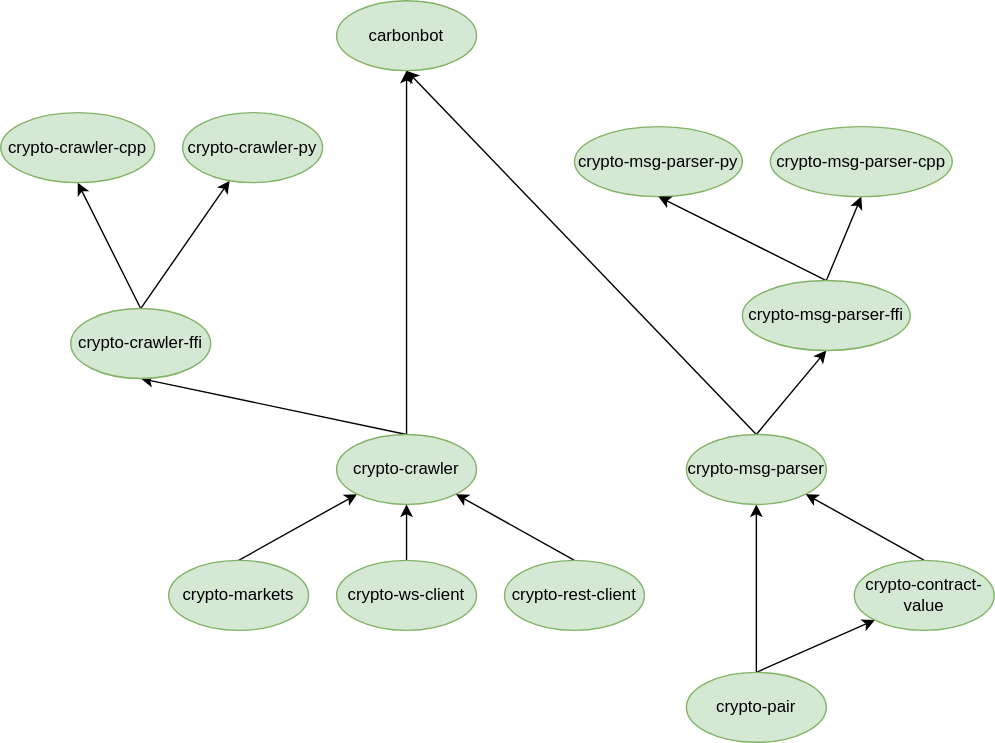
Earlier version of the draw.io export dependency-tree.svg (crypto-crawler/crypto-crawler-rs). Source tidied: cells renumbered, new cells last; positions are measured from the earlier drawing's top-left corner, leaving out a move shared by most shapes.
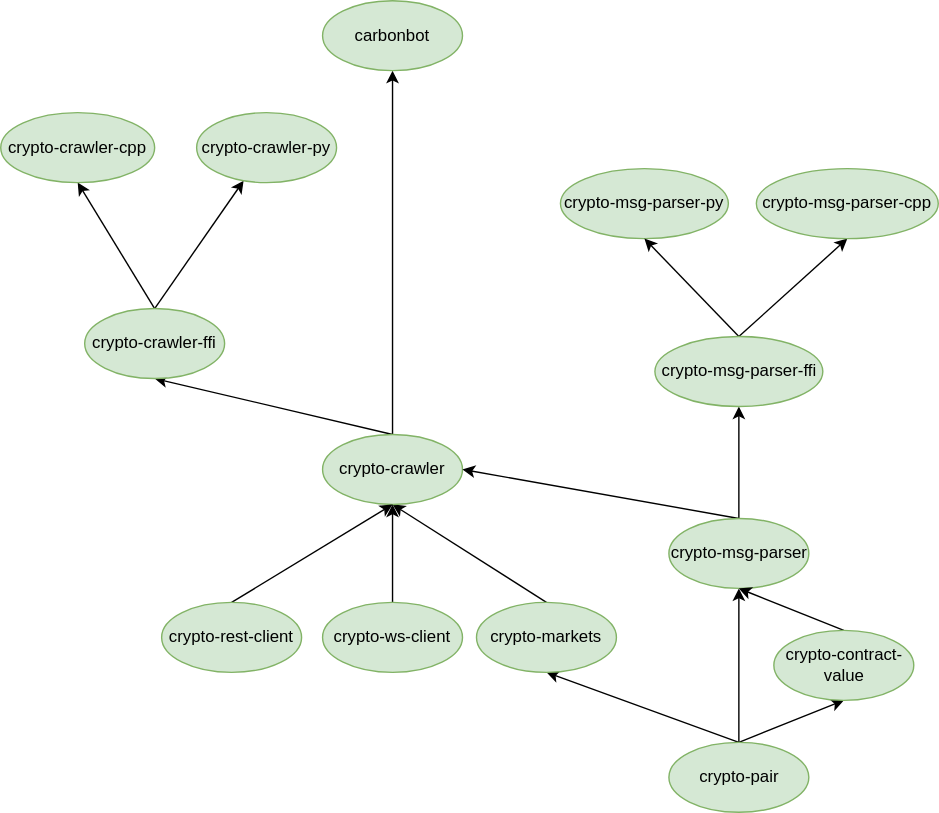
The same diagram one commit later.

Change to the diagram source:
```diff
@@ -2,89 +2,92 @@
   <root>
     <mxCell id="0" />
     <mxCell id="1" parent="0" />
-    <mxCell id="2" style="rounded=0;jettySize=auto;html=1;entryX=0.5;entryY=1;entryDx=0;entryDy=0;exitX=0.5;exitY=0;exitDx=0;exitDy=0;" parent="1" edge="1" source="4" target="18">
+    <mxCell id="2" style="rounded=0;jettySize=auto;html=1;entryX=0.5;entryY=1;entryDx=0;entryDy=0;exitX=0.5;exitY=0;exitDx=0;exitDy=0;" parent="1" edge="1" source="5" target="19">
       <mxGeometry relative="1" as="geometry" />
     </mxCell>
-    <mxCell id="3" style="rounded=0;jettySize=auto;html=1;exitX=0.5;exitY=0;exitDx=0;exitDy=0;entryX=0;entryY=1;entryDx=0;entryDy=0;" parent="1" edge="1" source="4" target="20">
+    <mxCell id="3" style="rounded=0;jettySize=auto;html=1;exitX=0.5;exitY=0;exitDx=0;exitDy=0;entryX=0.5;entryY=1;entryDx=0;entryDy=0;" parent="1" edge="1" source="5" target="21">
       <mxGeometry relative="1" as="geometry" />
     </mxCell>
-    <mxCell id="4" value="crypto-pair" style="ellipse;whiteSpace=wrap;html=1;fillColor=#d5e8d4;strokeColor=#82b366;" parent="1" vertex="1">
-      <mxGeometry x="490" y="480" width="100" height="50" as="geometry" />
+    <mxCell id="4" style="rounded=0;jettySize=auto;html=1;exitX=0.5;exitY=0;exitDx=0;exitDy=0;entryX=0.5;entryY=1;entryDx=0;entryDy=0;" parent="1" edge="1" source="5" target="7">
+      <mxGeometry relative="1" as="geometry" />
     </mxCell>
-    <mxCell id="5" style="edgeStyle=none;rounded=0;jettySize=auto;html=1;exitX=0.5;exitY=0;exitDx=0;exitDy=0;entryX=0;entryY=1;entryDx=0;entryDy=0;" parent="1" edge="1" source="6" target="10">
-      <mxGeometry relative="1" as="geometry" />
+    <mxCell id="5" value="crypto-pair" style="ellipse;whiteSpace=wrap;html=1;fillColor=#d5e8d4;strokeColor=#82b366;" parent="1" vertex="1">
+      <mxGeometry x="487.5" y="530" width="100" height="50" as="geometry" />
     </mxCell>
-    <mxCell id="6" value="crypto-markets" style="ellipse;whiteSpace=wrap;html=1;fillColor=#d5e8d4;strokeColor=#82b366;" parent="1" vertex="1">
-      <mxGeometry x="120" y="400" width="100" height="50" as="geometry" />
+    <mxCell id="6" style="edgeStyle=none;rounded=0;jettySize=auto;html=1;exitX=0.5;exitY=0;exitDx=0;exitDy=0;entryX=0.5;entryY=1;entryDx=0;entryDy=0;" parent="1" edge="1" source="7" target="11">
+      <mxGeometry relative="1" as="geometry" />
     </mxCell>
-    <mxCell id="7" style="rounded=0;jettySize=auto;html=1;exitX=0.5;exitY=0;exitDx=0;exitDy=0;" parent="1" edge="1" source="24" target="21">
-      <mxGeometry relative="1" as="geometry" />
+    <mxCell id="7" value="crypto-markets" style="ellipse;whiteSpace=wrap;html=1;fillColor=#d5e8d4;strokeColor=#82b366;" parent="1" vertex="1">
+      <mxGeometry x="350" y="430" width="100" height="50" as="geometry" />
     </mxCell>
-    <mxCell id="8" style="rounded=0;jettySize=auto;html=1;exitX=0.5;exitY=0;exitDx=0;exitDy=0;entryX=0.5;entryY=1;entryDx=0;entryDy=0;" parent="1" edge="1" source="10" target="24">
+    <mxCell id="8" style="rounded=0;jettySize=auto;html=1;exitX=0.5;exitY=0;exitDx=0;exitDy=0;" parent="1" edge="1" source="25" target="22">
       <mxGeometry relative="1" as="geometry" />
     </mxCell>
-    <mxCell id="9" style="edgeStyle=none;rounded=0;jettySize=auto;html=1;exitX=0.5;exitY=0;exitDx=0;exitDy=0;entryX=0.5;entryY=1;entryDx=0;entryDy=0;" parent="1" edge="1" source="10" target="13">
+    <mxCell id="9" style="rounded=0;jettySize=auto;html=1;exitX=0.5;exitY=0;exitDx=0;exitDy=0;entryX=0.5;entryY=1;entryDx=0;entryDy=0;" parent="1" edge="1" source="11" target="25">
       <mxGeometry relative="1" as="geometry" />
     </mxCell>
-    <mxCell id="10" value="crypto-crawler" style="ellipse;whiteSpace=wrap;html=1;fillColor=#d5e8d4;strokeColor=#82b366;" parent="1" vertex="1">
-      <mxGeometry x="240" y="310" width="100" height="50" as="geometry" />
+    <mxCell id="10" style="edgeStyle=none;rounded=0;jettySize=auto;html=1;exitX=0.5;exitY=0;exitDx=0;exitDy=0;entryX=0.5;entryY=1;entryDx=0;entryDy=0;" parent="1" edge="1" source="11" target="14">
+      <mxGeometry relative="1" as="geometry" />
     </mxCell>
-    <mxCell id="11" style="edgeStyle=none;rounded=0;jettySize=auto;html=1;exitX=0.5;exitY=0;exitDx=0;exitDy=0;entryX=0.5;entryY=1;entryDx=0;entryDy=0;" parent="1" edge="1" source="12" target="10">
-      <mxGeometry relative="1" as="geometry" />
+    <mxCell id="11" value="crypto-crawler" style="ellipse;whiteSpace=wrap;html=1;fillColor=#d5e8d4;strokeColor=#82b366;" parent="1" vertex="1">
+      <mxGeometry x="240" y="310" width="100" height="50" as="geometry" />
     </mxCell>
-    <mxCell id="12" value="crypto-ws-client" style="ellipse;whiteSpace=wrap;html=1;fillColor=#d5e8d4;strokeColor=#82b366;" parent="1" vertex="1">
-      <mxGeometry x="240" y="400" width="100" height="50" as="geometry" />
+    <mxCell id="12" style="edgeStyle=none;rounded=0;jettySize=auto;html=1;exitX=0.5;exitY=0;exitDx=0;exitDy=0;entryX=0.5;entryY=1;entryDx=0;entryDy=0;" parent="1" edge="1" source="13" target="11">
+      <mxGeometry relative="1" as="geometry" />
     </mxCell>
-    <mxCell id="13" value="carbonbot" style="ellipse;whiteSpace=wrap;html=1;fillColor=#d5e8d4;strokeColor=#82b366;" parent="1" vertex="1">
-      <mxGeometry x="240" width="100" height="50" as="geometry" />
+    <mxCell id="13" value="crypto-ws-client" style="ellipse;whiteSpace=wrap;html=1;fillColor=#d5e8d4;strokeColor=#82b366;" parent="1" vertex="1">
+      <mxGeometry x="240" y="430" width="100" height="50" as="geometry" />
     </mxCell>
-    <mxCell id="14" style="edgeStyle=none;rounded=0;jettySize=auto;html=1;exitX=0.5;exitY=0;exitDx=0;exitDy=0;entryX=1;entryY=1;entryDx=0;entryDy=0;" parent="1" edge="1" source="15" target="10">
-      <mxGeometry relative="1" as="geometry" />
+    <mxCell id="14" value="carbonbot" style="ellipse;whiteSpace=wrap;html=1;fillColor=#d5e8d4;strokeColor=#82b366;" parent="1" vertex="1">
+      <mxGeometry x="240" width="100" height="50" as="geometry" />
     </mxCell>
-    <mxCell id="15" value="crypto-rest-client" style="ellipse;whiteSpace=wrap;html=1;fillColor=#d5e8d4;strokeColor=#82b366;" parent="1" vertex="1">
-      <mxGeometry x="360" y="400" width="100" height="50" as="geometry" />
+    <mxCell id="15" style="edgeStyle=none;rounded=0;jettySize=auto;html=1;exitX=0.5;exitY=0;exitDx=0;exitDy=0;entryX=0.5;entryY=1;entryDx=0;entryDy=0;" parent="1" edge="1" source="16" target="11">
+      <mxGeometry relative="1" as="geometry" />
     </mxCell>
-    <mxCell id="16" style="edgeStyle=none;rounded=0;jettySize=auto;html=1;exitX=0.5;exitY=0;exitDx=0;exitDy=0;entryX=0.5;entryY=1;entryDx=0;entryDy=0;exitPerimeter=0;" parent="1" edge="1" source="18" target="13">
-      <mxGeometry relative="1" as="geometry" />
+    <mxCell id="16" value="crypto-rest-client" style="ellipse;whiteSpace=wrap;html=1;fillColor=#d5e8d4;strokeColor=#82b366;" parent="1" vertex="1">
+      <mxGeometry x="125" y="430" width="100" height="50" as="geometry" />
     </mxCell>
-    <mxCell id="17" style="edgeStyle=none;rounded=0;jettySize=auto;html=1;exitX=0.5;exitY=0;exitDx=0;exitDy=0;entryX=0.5;entryY=1;entryDx=0;entryDy=0;" parent="1" edge="1" source="18" target="28">
+    <mxCell id="17" style="edgeStyle=none;rounded=0;jettySize=auto;html=1;exitX=0.5;exitY=0;exitDx=0;exitDy=0;entryX=1;entryY=0.5;entryDx=0;entryDy=0;exitPerimeter=0;" parent="1" edge="1" source="19" target="11">
       <mxGeometry relative="1" as="geometry" />
     </mxCell>
-    <mxCell id="18" value="crypto-msg-parser" style="ellipse;whiteSpace=wrap;html=1;fillColor=#d5e8d4;strokeColor=#82b366;" parent="1" vertex="1">
-      <mxGeometry x="490" y="310" width="100" height="50" as="geometry" />
+    <mxCell id="18" style="edgeStyle=none;rounded=0;jettySize=auto;html=1;exitX=0.5;exitY=0;exitDx=0;exitDy=0;entryX=0.5;entryY=1;entryDx=0;entryDy=0;" parent="1" edge="1" source="19" target="29">
+      <mxGeometry relative="1" as="geometry" />
     </mxCell>
-    <mxCell id="19" style="edgeStyle=none;rounded=0;jettySize=auto;html=1;exitX=0.5;exitY=0;exitDx=0;exitDy=0;entryX=1;entryY=1;entryDx=0;entryDy=0;" parent="1" edge="1" source="20" target="18">
-      <mxGeometry relative="1" as="geometry" />
+    <mxCell id="19" value="crypto-msg-parser" style="ellipse;whiteSpace=wrap;html=1;fillColor=#d5e8d4;strokeColor=#82b366;" parent="1" vertex="1">
+      <mxGeometry x="487.5" y="370" width="100" height="50" as="geometry" />
     </mxCell>
-    <mxCell id="20" value="crypto-contract-value" style="ellipse;whiteSpace=wrap;html=1;fillColor=#d5e8d4;strokeColor=#82b366;" parent="1" vertex="1">
-      <mxGeometry x="610" y="400" width="100" height="50" as="geometry" />
+    <mxCell id="20" style="edgeStyle=none;rounded=0;jettySize=auto;html=1;exitX=0.5;exitY=0;exitDx=0;exitDy=0;entryX=0.5;entryY=1;entryDx=0;entryDy=0;" parent="1" edge="1" source="21" target="19">
+      <mxGeometry relative="1" as="geometry" />
     </mxCell>
-    <mxCell id="21" value="crypto-crawler-py" style="ellipse;whiteSpace=wrap;html=1;fillColor=#d5e8d4;strokeColor=#82b366;" parent="1" vertex="1">
-      <mxGeometry x="130" y="80" width="100" height="50" as="geometry" />
+    <mxCell id="21" value="crypto-contract-value" style="ellipse;whiteSpace=wrap;html=1;fillColor=#d5e8d4;strokeColor=#82b366;" parent="1" vertex="1">
+      <mxGeometry x="562.5" y="450" width="100" height="50" as="geometry" />
     </mxCell>
-    <mxCell id="22" value="crypto-msg-parser-py" style="ellipse;whiteSpace=wrap;html=1;fillColor=#d5e8d4;strokeColor=#82b366;" parent="1" vertex="1">
-      <mxGeometry x="410" y="90" width="120" height="50" as="geometry" />
+    <mxCell id="22" value="crypto-crawler-py" style="ellipse;whiteSpace=wrap;html=1;fillColor=#d5e8d4;strokeColor=#82b366;" parent="1" vertex="1">
+      <mxGeometry x="150" y="80" width="100" height="50" as="geometry" />
     </mxCell>
-    <mxCell id="23" style="edgeStyle=none;rounded=0;jettySize=auto;html=1;exitX=0.5;exitY=0;exitDx=0;exitDy=0;entryX=0.5;entryY=1;entryDx=0;entryDy=0;" parent="1" edge="1" source="24" target="25">
-      <mxGeometry relative="1" as="geometry" />
+    <mxCell id="23" value="crypto-msg-parser-py" style="ellipse;whiteSpace=wrap;html=1;fillColor=#d5e8d4;strokeColor=#82b366;" parent="1" vertex="1">
+      <mxGeometry x="410" y="120" width="120" height="50" as="geometry" />
     </mxCell>
-    <mxCell id="24" value="crypto-crawler-ffi" style="ellipse;whiteSpace=wrap;html=1;fillColor=#d5e8d4;strokeColor=#82b366;" parent="1" vertex="1">
-      <mxGeometry x="50" y="220" width="100" height="50" as="geometry" />
+    <mxCell id="24" style="edgeStyle=none;rounded=0;jettySize=auto;html=1;exitX=0.5;exitY=0;exitDx=0;exitDy=0;entryX=0.5;entryY=1;entryDx=0;entryDy=0;" parent="1" edge="1" source="25" target="26">
+      <mxGeometry relative="1" as="geometry" />
     </mxCell>
-    <mxCell id="25" value="crypto-crawler-cpp" style="ellipse;whiteSpace=wrap;html=1;fillColor=#d5e8d4;strokeColor=#82b366;" parent="1" vertex="1">
-      <mxGeometry y="80" width="110" height="50" as="geometry" />
+    <mxCell id="25" value="crypto-crawler-ffi" style="ellipse;whiteSpace=wrap;html=1;fillColor=#d5e8d4;strokeColor=#82b366;" parent="1" vertex="1">
+      <mxGeometry x="70" y="220" width="100" height="50" as="geometry" />
     </mxCell>
-    <mxCell id="26" style="edgeStyle=none;rounded=0;jettySize=auto;html=1;exitX=0.5;exitY=0;exitDx=0;exitDy=0;entryX=0.5;entryY=1;entryDx=0;entryDy=0;" parent="1" edge="1" source="28" target="29">
-      <mxGeometry relative="1" as="geometry" />
+    <mxCell id="26" value="crypto-crawler-cpp" style="ellipse;whiteSpace=wrap;html=1;fillColor=#d5e8d4;strokeColor=#82b366;" parent="1" vertex="1">
+      <mxGeometry x="10" y="80" width="110" height="50" as="geometry" />
     </mxCell>
-    <mxCell id="27" style="edgeStyle=none;rounded=0;jettySize=auto;html=1;exitX=0.5;exitY=0;exitDx=0;exitDy=0;entryX=0.5;entryY=1;entryDx=0;entryDy=0;" parent="1" edge="1" source="28" target="22">
+    <mxCell id="27" style="edgeStyle=none;rounded=0;jettySize=auto;html=1;exitX=0.5;exitY=0;exitDx=0;exitDy=0;entryX=0.5;entryY=1;entryDx=0;entryDy=0;" parent="1" edge="1" source="29" target="30">
       <mxGeometry relative="1" as="geometry" />
     </mxCell>
-    <mxCell id="28" value="crypto-msg-parser-ffi" style="ellipse;whiteSpace=wrap;html=1;fillColor=#d5e8d4;strokeColor=#82b366;" parent="1" vertex="1">
-      <mxGeometry x="530" y="200" width="120" height="50" as="geometry" />
+    <mxCell id="28" style="edgeStyle=none;rounded=0;jettySize=auto;html=1;exitX=0.5;exitY=0;exitDx=0;exitDy=0;entryX=0.5;entryY=1;entryDx=0;entryDy=0;" parent="1" edge="1" source="29" target="23">
+      <mxGeometry relative="1" as="geometry" />
     </mxCell>
-    <mxCell id="29" value="crypto-msg-parser-cpp" style="ellipse;whiteSpace=wrap;html=1;fillColor=#d5e8d4;strokeColor=#82b366;" parent="1" vertex="1">
-      <mxGeometry x="550" y="90" width="130" height="50" as="geometry" />
+    <mxCell id="29" value="crypto-msg-parser-ffi" style="ellipse;whiteSpace=wrap;html=1;fillColor=#d5e8d4;strokeColor=#82b366;" parent="1" vertex="1">
+      <mxGeometry x="477.5" y="240" width="120" height="50" as="geometry" />
     </mxCell>
+    <mxCell id="30" value="crypto-msg-parser-cpp" style="ellipse;whiteSpace=wrap;html=1;fillColor=#d5e8d4;strokeColor=#82b366;" parent="1" vertex="1">
+      <mxGeometry x="550" y="120" width="130" height="50" as="geometry" />
+    </mxCell>
   </root>
 </mxGraphModel>
```
